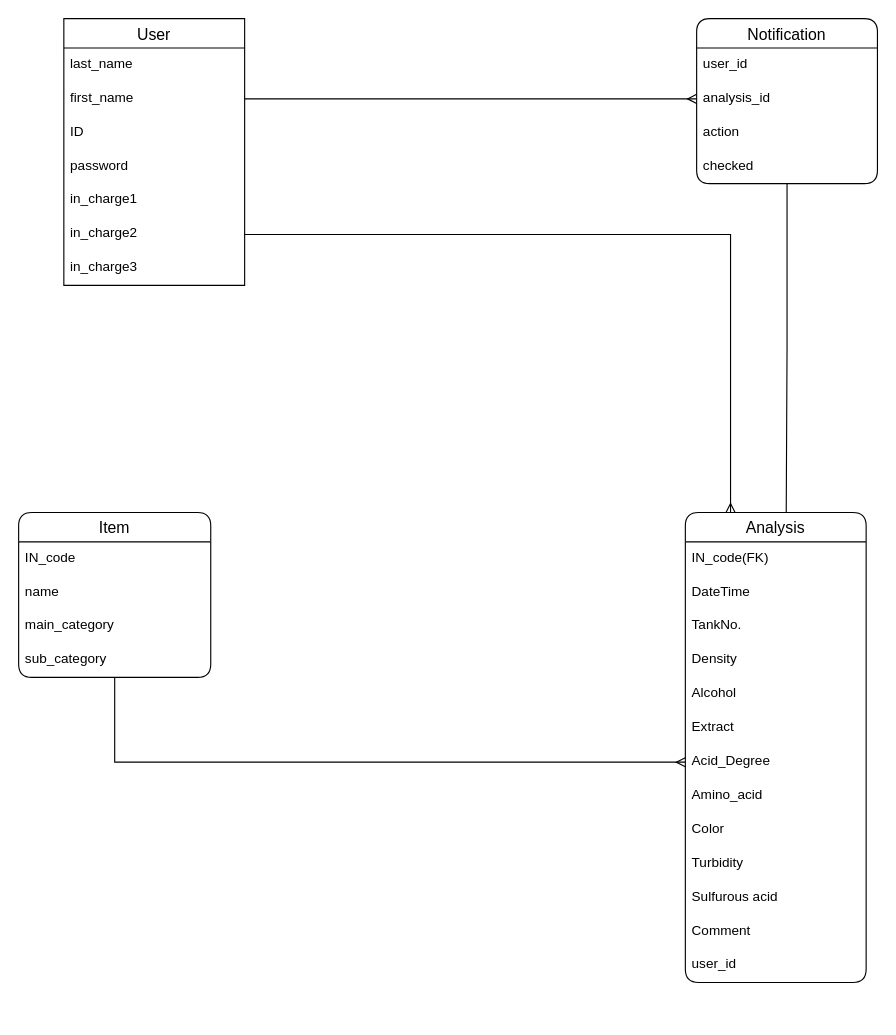
Earlier version of the draw.io diagram ER.dio (yasu-wb/pf_BI). Source tidied: cells renumbered, new cells numbered last; positions are measured from the earlier drawing's top-left corner, leaving out a move shared by most shapes. Both pictures are drawn from the tidied source at 113%, with x=0, y=0 at pixel (18, 18).
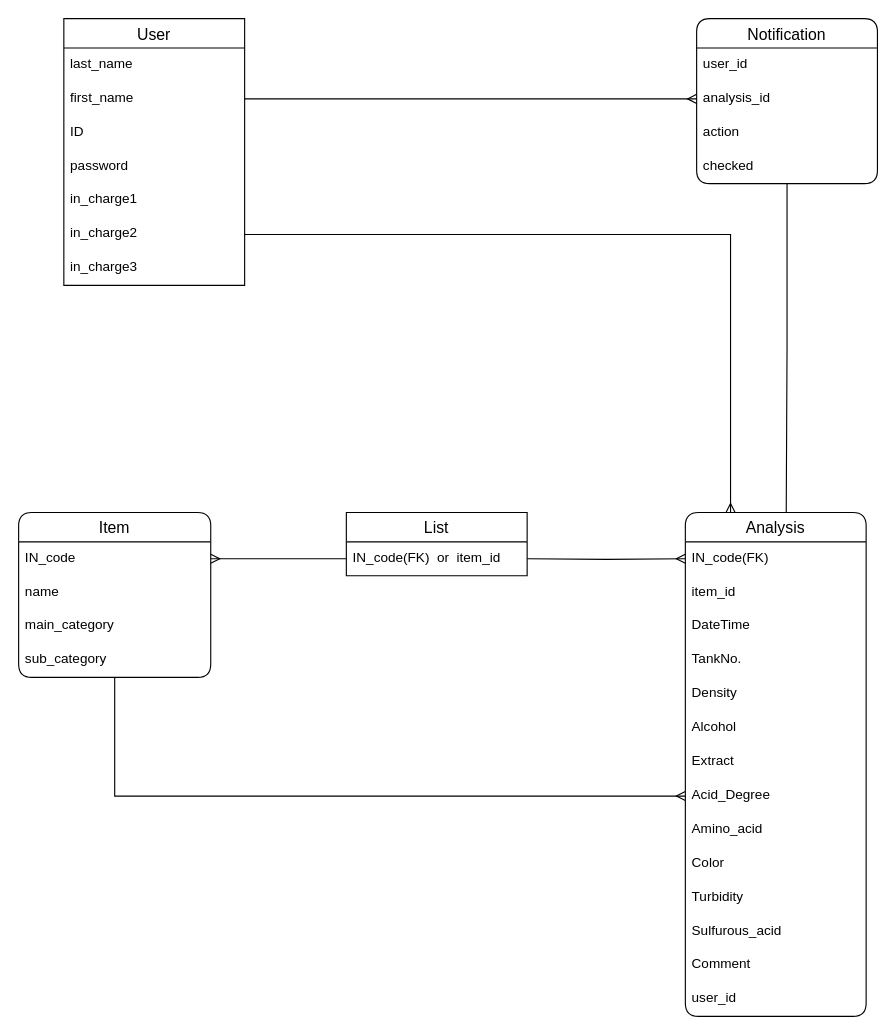
Above is the later version.

Unchanged cells that the change refers to:
```xml
<mxCell id="12" value="IN_code" style="text;strokeColor=none;fillColor=none;spacingLeft=4;spacingRight=4;overflow=hidden;points=[[0,0.5],[1,0.5]];portConstraint=eastwest;fontSize=12;" parent="11" vertex="1">
  <mxGeometry y="26" width="170" height="30" as="geometry" />
</mxCell>
<mxCell id="17" value="IN_code(FK)" style="text;strokeColor=none;fillColor=none;spacingLeft=4;spacingRight=4;overflow=hidden;points=[[0,0.5],[1,0.5]];portConstraint=eastwest;fontSize=12;" parent="16" vertex="1">
  <mxGeometry y="26" width="160" height="30" as="geometry" />
</mxCell>
```

Diff of the diagram source:
```diff
@@
     <mxCell id="16" value="Analysis" style="swimlane;fontStyle=0;horizontal=1;startSize=26;align=center;fontSize=14;rounded=1;" parent="1" vertex="1">
-      <mxGeometry x="590" y="437" width="160" height="416" as="geometry" />
+      <mxGeometry x="590" y="437" width="160" height="446" as="geometry" />
     </mxCell>
@@
+    <mxCell id="38" value="item_id" style="text;strokeColor=none;fillColor=none;spacingLeft=4;spacingRight=4;overflow=hidden;fontSize=12;" parent="16" vertex="1">
+      <mxGeometry y="56" width="160" height="30" as="geometry" />
+    </mxCell>
     <mxCell id="18" value="DateTime" style="text;strokeColor=none;fillColor=none;spacingLeft=4;spacingRight=4;overflow=hidden;fontSize=12;" parent="16" vertex="1">
-      <mxGeometry y="56" width="160" height="30" as="geometry" />
+      <mxGeometry y="86" width="160" height="30" as="geometry" />
     </mxCell>
     <mxCell id="19" value="TankNo." style="text;strokeColor=none;fillColor=none;spacingLeft=4;spacingRight=4;overflow=hidden;fontSize=12;" parent="16" vertex="1">
-      <mxGeometry y="86" width="160" height="30" as="geometry" />
+      <mxGeometry y="116" width="160" height="30" as="geometry" />
     </mxCell>
     <mxCell id="20" value="Density" style="text;strokeColor=none;fillColor=none;spacingLeft=4;spacingRight=4;overflow=hidden;fontSize=12;" parent="16" vertex="1">
-      <mxGeometry y="116" width="160" height="30" as="geometry" />
+      <mxGeometry y="146" width="160" height="30" as="geometry" />
     </mxCell>
     <mxCell id="21" value="Alcohol" style="text;strokeColor=none;fillColor=none;spacingLeft=4;spacingRight=4;overflow=hidden;fontSize=12;" parent="16" vertex="1">
-      <mxGeometry y="146" width="160" height="30" as="geometry" />
+      <mxGeometry y="176" width="160" height="30" as="geometry" />
     </mxCell>
     <mxCell id="22" value="Extract" style="text;strokeColor=none;fillColor=none;spacingLeft=4;spacingRight=4;overflow=hidden;fontSize=12;" parent="16" vertex="1">
-      <mxGeometry y="176" width="160" height="30" as="geometry" />
+      <mxGeometry y="206" width="160" height="30" as="geometry" />
     </mxCell>
     <mxCell id="23" value="Acid_Degree" style="text;strokeColor=none;fillColor=none;spacingLeft=4;spacingRight=4;overflow=hidden;points=[[0,0.5],[1,0.5]];portConstraint=eastwest;fontSize=12;" parent="16" vertex="1">
-      <mxGeometry y="206" width="160" height="30" as="geometry" />
+      <mxGeometry y="236" width="160" height="30" as="geometry" />
     </mxCell>
     <mxCell id="24" value="Amino_acid" style="text;strokeColor=none;fillColor=none;spacingLeft=4;spacingRight=4;overflow=hidden;fontSize=12;" parent="16" vertex="1">
-      <mxGeometry y="236" width="160" height="30" as="geometry" />
+      <mxGeometry y="266" width="160" height="30" as="geometry" />
     </mxCell>
     <mxCell id="25" value="Color" style="text;strokeColor=none;fillColor=none;spacingLeft=4;spacingRight=4;overflow=hidden;fontSize=12;" parent="16" vertex="1">
-      <mxGeometry y="266" width="160" height="30" as="geometry" />
+      <mxGeometry y="296" width="160" height="30" as="geometry" />
     </mxCell>
     <mxCell id="26" value="Turbidity" style="text;strokeColor=none;fillColor=none;spacingLeft=4;spacingRight=4;overflow=hidden;fontSize=12;" parent="16" vertex="1">
-      <mxGeometry y="296" width="160" height="30" as="geometry" />
+      <mxGeometry y="326" width="160" height="30" as="geometry" />
     </mxCell>
-    <mxCell id="27" value="Sulfurous acid" style="text;strokeColor=none;fillColor=none;spacingLeft=4;spacingRight=4;overflow=hidden;fontSize=12;" parent="16" vertex="1">
-      <mxGeometry y="326" width="160" height="30" as="geometry" />
+    <mxCell id="27" value="Sulfurous_acid" style="text;strokeColor=none;fillColor=none;spacingLeft=4;spacingRight=4;overflow=hidden;fontSize=12;" parent="16" vertex="1">
+      <mxGeometry y="356" width="160" height="30" as="geometry" />
     </mxCell>
     <mxCell id="28" value="Comment" style="text;strokeColor=none;fillColor=none;spacingLeft=4;spacingRight=4;overflow=hidden;fontSize=12;" parent="16" vertex="1">
-      <mxGeometry y="356" width="160" height="30" as="geometry" />
+      <mxGeometry y="386" width="160" height="30" as="geometry" />
     </mxCell>
     <mxCell id="29" value="user_id" style="text;strokeColor=none;fillColor=none;spacingLeft=4;spacingRight=4;overflow=hidden;fontSize=12;" parent="16" vertex="1">
-      <mxGeometry y="386" width="160" height="30" as="geometry" />
+      <mxGeometry y="416" width="160" height="30" as="geometry" />
     </mxCell>
@@
+    <mxCell id="39" value="List" style="swimlane;fontStyle=0;horizontal=1;startSize=26;align=center;fontSize=14;" parent="1" vertex="1">
+      <mxGeometry x="290" y="437" width="160" height="56" as="geometry" />
+    </mxCell>
+    <mxCell id="40" value="IN_code(FK)  or  item_id" style="text;strokeColor=none;fillColor=none;spacingLeft=4;spacingRight=4;overflow=hidden;fontSize=12;" parent="39" vertex="1">
+      <mxGeometry y="26" width="160" height="30" as="geometry" />
+    </mxCell>
+    <mxCell id="41" style="edgeStyle=orthogonalEdgeStyle;rounded=0;jettySize=auto;html=1;exitX=1;exitY=0.5;exitDx=0;exitDy=0;entryX=0;entryY=0.5;entryDx=0;entryDy=0;endArrow=none;endFill=0;startArrow=ERmany;startFill=0;" parent="1" edge="1" source="12">
+      <mxGeometry relative="1" as="geometry">
+        <mxPoint x="290" y="478" as="targetPoint" />
+      </mxGeometry>
+    </mxCell>
+    <mxCell id="42" style="edgeStyle=orthogonalEdgeStyle;rounded=0;jettySize=auto;html=1;exitX=1;exitY=0.5;exitDx=0;exitDy=0;entryX=0;entryY=0.5;entryDx=0;entryDy=0;startArrow=none;startFill=0;endArrow=ERmany;endFill=0;" parent="1" edge="1" target="17">
+      <mxGeometry relative="1" as="geometry">
+        <mxPoint x="450" y="478" as="sourcePoint" />
+      </mxGeometry>
+    </mxCell>
```
